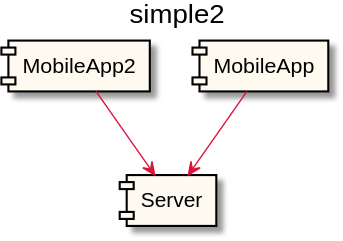
anz-bank/sysl-catalog keeps this PlantUML diagram as docs/simple2_integration.svg. Above is the earlier version.
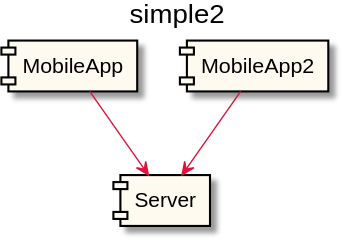
Above is the later version.

Change to the diagram source:
```diff
@@ -9,9 +9,9 @@
   BorderColor Black
   ArrowColor Crimson
 }
-[MobileApp2] as _0 <<highlight>>
+[MobileApp] as _0 <<highlight>>
 [Server] as _1 <<highlight>>
 _0 --> _1
-[MobileApp] as _2 <<highlight>>
+[MobileApp2] as _2 <<highlight>>
 _2 --> _1
 @enduml
```
